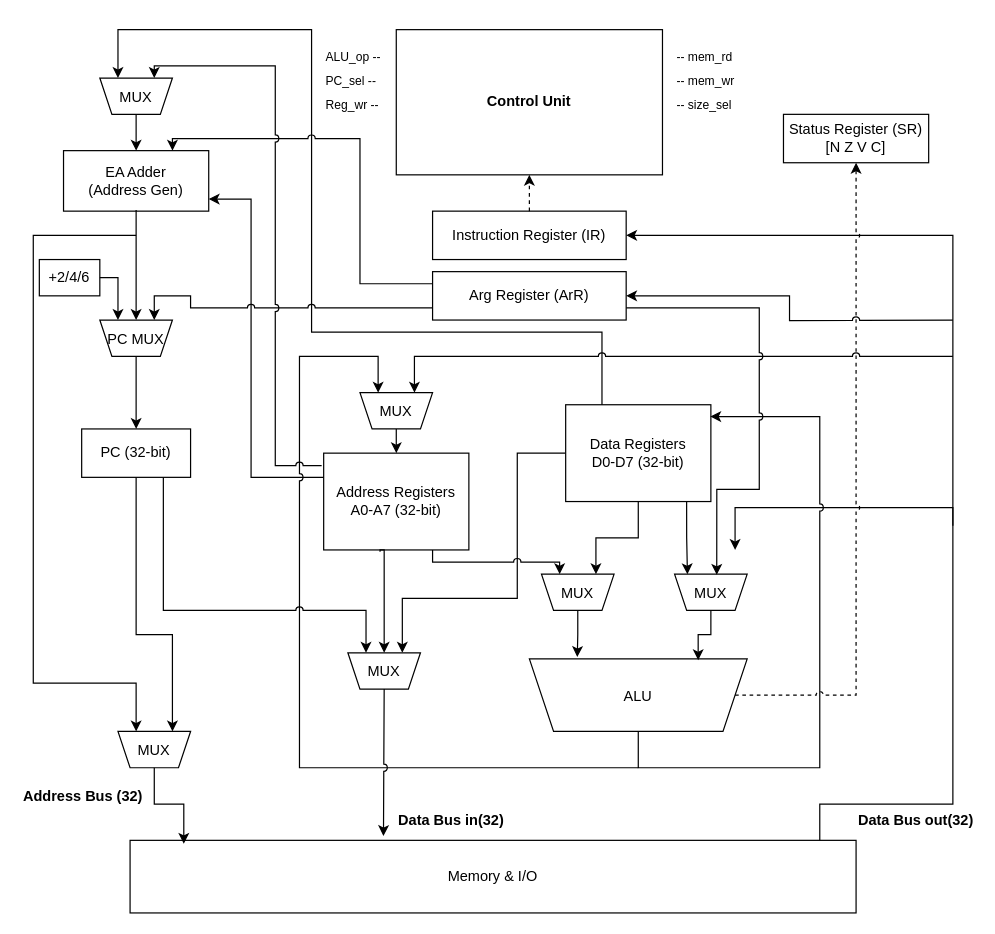
Above: ak_lab_3_5_new_2.drawio in Dmitry-Kuzmin456/ak_lab3_scheme (draw.io), before the change. Source tidied: cells renumbered, new cells numbered last; positions are measured from the earlier drawing's top-left corner, leaving out a move shared by most shapes. Both pictures are drawn from the tidied source at 121%, with x=0, y=0 at pixel (21, 29).
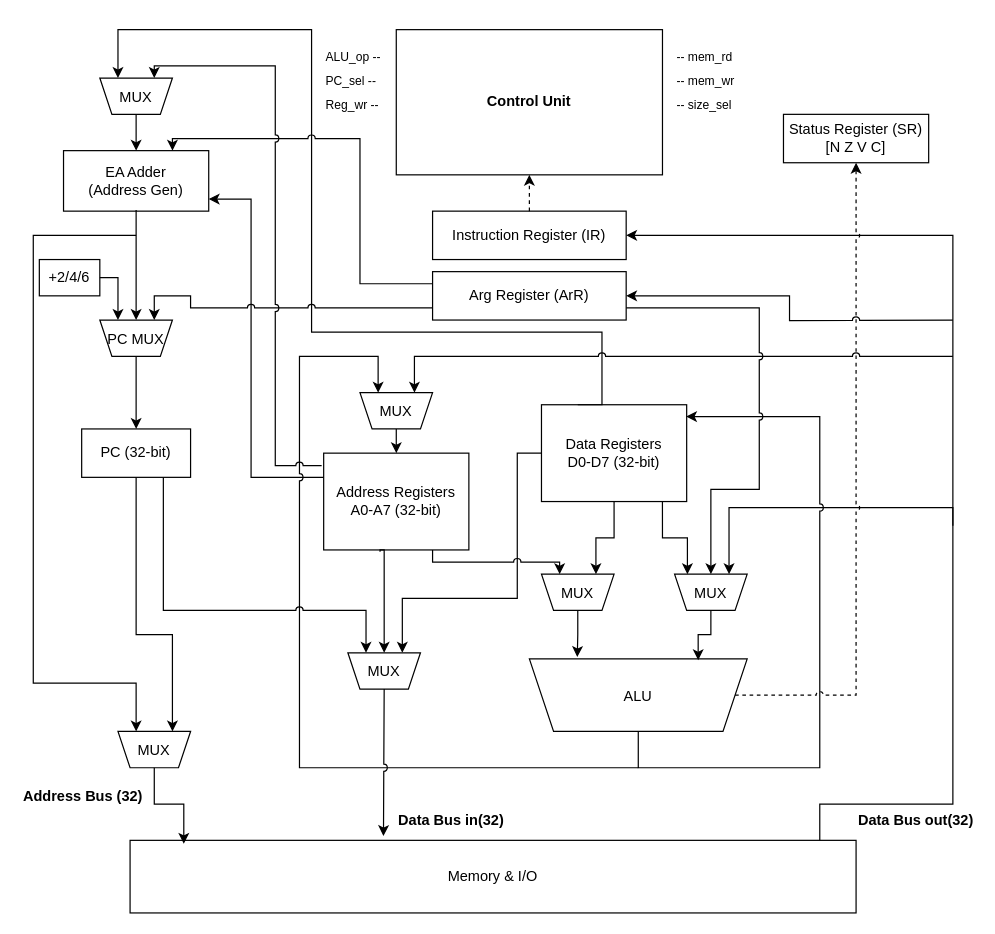
The same diagram, later.

Unchanged cells that the change refers to:
```xml
<mxCell id="18" value="MUX" style="shape=trapezoid;perimeter=trapezoidPerimeter;fixedSize=1;size=10;direction=west;" parent="1" vertex="1">
  <mxGeometry x="540" y="450" width="60" height="30" as="geometry" />
</mxCell>
<mxCell id="49" value="Arg Register (ArR)" style="rounded=0;whiteSpace=wrap;html=1;" parent="1" vertex="1">
  <mxGeometry x="340" y="200" width="160" height="40" as="geometry" />
</mxCell>
```

Diff of the diagram source:
```diff
@@
     <mxCell id="15" value="Data Registers&lt;br&gt;D0-D7 (32-bit)" style="rounded=0;whiteSpace=wrap;html=1;" parent="1" vertex="1">
-      <mxGeometry x="450" y="310" width="120" height="80" as="geometry" />
+      <mxGeometry x="430" y="310" width="120" height="80" as="geometry" />
     </mxCell>
@@
-    <mxCell id="30" style="edgeStyle=orthogonalEdgeStyle;rounded=0;html=1;strokeWidth=1;" parent="1" edge="1">
+    <mxCell id="30" style="edgeStyle=orthogonalEdgeStyle;rounded=0;html=1;strokeWidth=1;entryX=0.25;entryY=1;entryDx=0;entryDy=0;" parent="1" edge="1" target="18">
       <mxGeometry relative="1" as="geometry">
         <mxPoint x="770" y="410" as="sourcePoint" />
-        <mxPoint x="590" y="430" as="targetPoint" />
         <Array as="points">
           <mxPoint x="770" y="395" />
-          <mxPoint x="590" y="395" />
-          <mxPoint x="590" y="430" />
+          <mxPoint x="585" y="395" />
         </Array>
       </mxGeometry>
     </mxCell>
@@
-    <mxCell id="53" style="edgeStyle=orthogonalEdgeStyle;rounded=0;html=1;exitX=1;exitY=0.75;exitDx=0;exitDy=0;entryX=0.419;entryY=0.98;entryDx=0;entryDy=0;entryPerimeter=0;jumpStyle=arc;" parent="1" edge="1" source="49" target="18">
+    <mxCell id="53" style="edgeStyle=orthogonalEdgeStyle;rounded=0;html=1;exitX=1;exitY=0.75;exitDx=0;exitDy=0;entryX=0.5;entryY=1;entryDx=0;entryDy=0;jumpStyle=arc;" parent="1" edge="1" source="49" target="18">
       <mxGeometry relative="1" as="geometry">
         <Array as="points">
           <mxPoint x="610" y="230" />
           <mxPoint x="610" y="380" />
-          <mxPoint x="575" y="380" />
+          <mxPoint x="570" y="380" />
         </Array>
       </mxGeometry>
     </mxCell>
```
